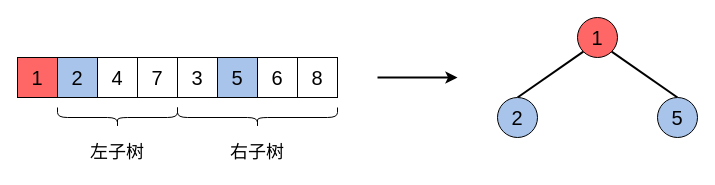
The draw.io diagram 2023/03/25/重建二叉树/4.drawio in huibazdy/huibazdy.github.io, before the edit. Source tidied: cells renumbered, new cells numbered last; positions are measured from the earlier drawing's top-left corner, leaving out a move shared by most shapes. Both pictures are drawn from the tidied source at 100%, with x=0, y=0 at pixel (17, 17).
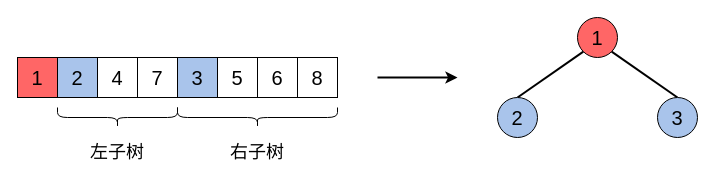
The same diagram, later.

Diff of the diagram source:
```diff
@@
-    <mxCell id="6" value="3" style="whiteSpace=wrap;html=1;fontSize=20;fillColor=#FFFFFF;" parent="1" vertex="1">
+    <mxCell id="6" value="3" style="whiteSpace=wrap;html=1;fontSize=20;fillColor=#A9C4EB;" parent="1" vertex="1">
       <mxGeometry x="160" y="40" width="40" height="40" as="geometry" />
     </mxCell>
-    <mxCell id="7" value="5" style="whiteSpace=wrap;html=1;fontSize=20;fillColor=#A9C4EB;" parent="1" vertex="1">
+    <mxCell id="7" value="5" style="whiteSpace=wrap;html=1;fontSize=20;fillColor=#FFFFFF;" parent="1" vertex="1">
       <mxGeometry x="200" y="40" width="40" height="40" as="geometry" />
     </mxCell>
@@
-    <mxCell id="19" value="5" style="ellipse;whiteSpace=wrap;html=1;fillColor=#A9C4EB;fontSize=20;" parent="1" vertex="1">
+    <mxCell id="19" value="3" style="ellipse;whiteSpace=wrap;html=1;fillColor=#A9C4EB;fontSize=20;" parent="1" vertex="1">
       <mxGeometry x="640" y="80" width="40" height="40" as="geometry" />
     </mxCell>
```
